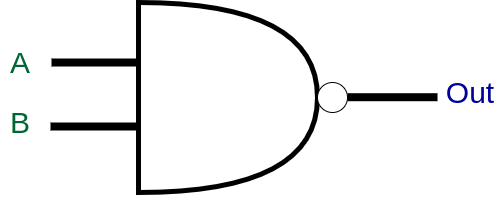
Earlier version of the draw.io export Circuitos/NAND_block.png (fmfs10/Trabalho-de-Conclusao-de-Curso). Source tidied: cells renumbered, new cells last; positions are measured from the earlier drawing's top-left corner, leaving out a move shared by most shapes. Its diagram source:
```xml
<mxGraphModel background="#ffffff">
  <root>
    <mxCell id="0" />
    <mxCell id="1" parent="0" />
    <mxCell id="2" style="group;" parent="1" vertex="1">
      <mxGeometry x="50" width="380" height="210" as="geometry" />
    </mxCell>
    <mxCell id="3" style="endArrow=none;html=1;strokeWidth=8;entryX=0;entryY=0.5;entryDx=0;entryDy=0;" parent="2" edge="1">
      <mxGeometry relative="1" as="geometry">
        <mxPoint x="1" y="60" as="sourcePoint" />
        <mxPoint x="91" y="60" as="targetPoint" />
      </mxGeometry>
    </mxCell>
    <mxCell id="4" style="endArrow=none;html=1;strokeWidth=8;entryX=0;entryY=0.5;entryDx=0;entryDy=0;" parent="2" edge="1">
      <mxGeometry relative="1" as="geometry">
        <mxPoint y="124" as="sourcePoint" />
        <mxPoint x="90" y="124" as="targetPoint" />
      </mxGeometry>
    </mxCell>
    <mxCell id="5" style="shape=or;whiteSpace=wrap;html=1;strokeWidth=5;" parent="2" vertex="1">
      <mxGeometry x="88" width="179" height="190" as="geometry" />
    </mxCell>
    <mxCell id="6" style="ellipse;whiteSpace=wrap;html=1;" parent="2" vertex="1">
      <mxGeometry x="267" y="80" width="30" height="30" as="geometry" />
    </mxCell>
    <mxCell id="7" style="endArrow=none;html=1;strokeWidth=8;entryX=0;entryY=0.5;entryDx=0;entryDy=0;" parent="2" edge="1">
      <mxGeometry relative="1" as="geometry">
        <mxPoint x="297" y="94.7" as="sourcePoint" />
        <mxPoint x="387" y="94.7" as="targetPoint" />
      </mxGeometry>
    </mxCell>
    <mxCell id="8" value="&lt;font color=&quot;#006633&quot;&gt;&lt;span style=&quot;font-size: 30px&quot;&gt;A&lt;/span&gt;&lt;/font&gt;" style="text;html=1;strokeColor=none;fillColor=none;align=center;verticalAlign=middle;whiteSpace=wrap;rounded=0;" parent="1" vertex="1">
      <mxGeometry y="50" width="40" height="20" as="geometry" />
    </mxCell>
    <mxCell id="9" value="&lt;font color=&quot;#006633&quot;&gt;&lt;span style=&quot;font-size: 30px&quot;&gt;B&lt;/span&gt;&lt;/font&gt;" style="text;html=1;strokeColor=none;fillColor=none;align=center;verticalAlign=middle;whiteSpace=wrap;rounded=0;" parent="1" vertex="1">
      <mxGeometry y="110" width="40" height="20" as="geometry" />
    </mxCell>
    <mxCell id="10" value="&lt;span style=&quot;font-size: 30px&quot;&gt;&lt;font color=&quot;#000099&quot;&gt;Out&lt;/font&gt;&lt;/span&gt;" style="text;html=1;strokeColor=none;fillColor=none;align=center;verticalAlign=middle;whiteSpace=wrap;rounded=0;" parent="1" vertex="1">
      <mxGeometry x="450" y="80" width="40" height="20" as="geometry" />
    </mxCell>
  </root>
</mxGraphModel>
```
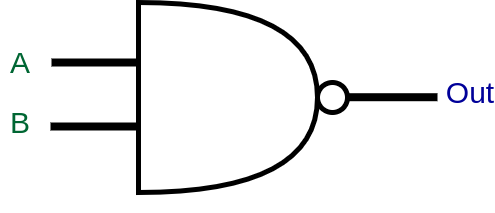
Above is the later version.

What changed in the source:
```diff
@@ -20,7 +20,7 @@
     <mxCell id="5" style="shape=or;whiteSpace=wrap;html=1;strokeWidth=5;" parent="2" vertex="1">
       <mxGeometry x="88" width="179" height="190" as="geometry" />
     </mxCell>
-    <mxCell id="6" style="ellipse;whiteSpace=wrap;html=1;" parent="2" vertex="1">
+    <mxCell id="6" style="ellipse;whiteSpace=wrap;html=1;strokeWidth=5;" parent="2" vertex="1">
       <mxGeometry x="267" y="80" width="30" height="30" as="geometry" />
     </mxCell>
     <mxCell id="7" style="endArrow=none;html=1;strokeWidth=8;entryX=0;entryY=0.5;entryDx=0;entryDy=0;" parent="2" edge="1">
```
